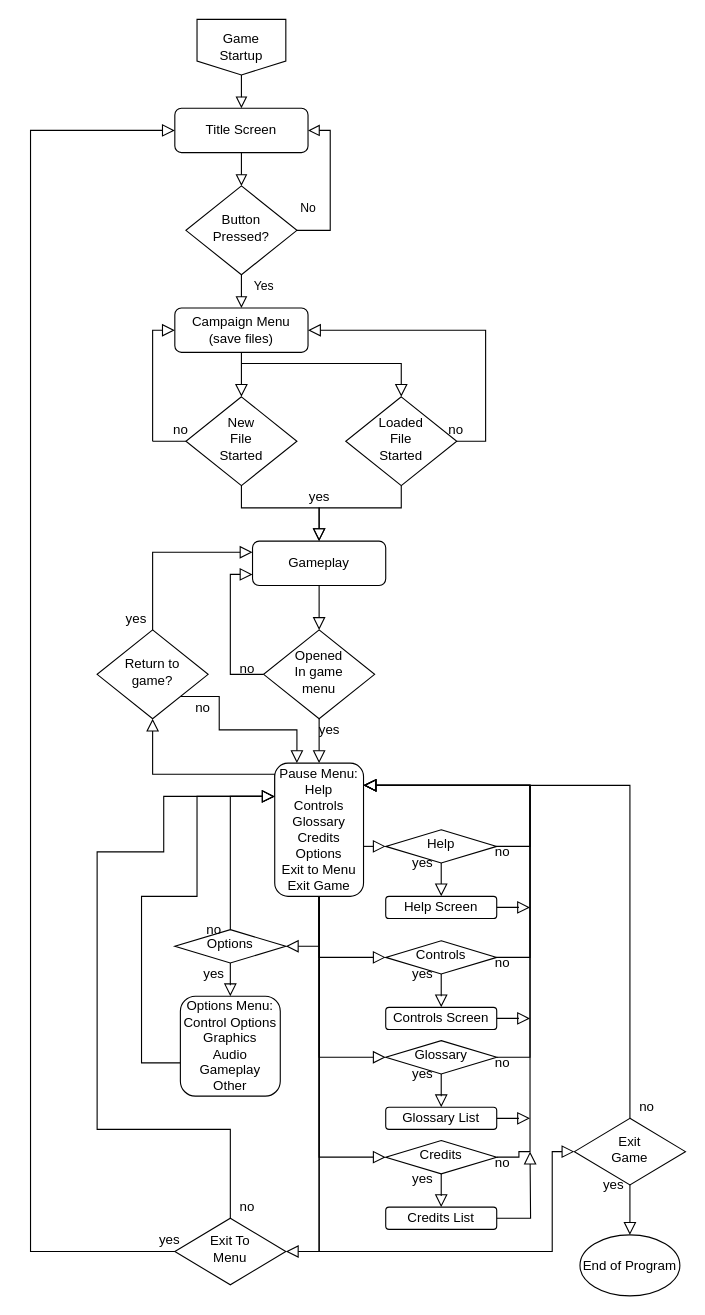
Above: ScreenFlow_Diagram.drawio in William-Fraser/William-Fraser (draw.io), before the change. Source tidied: cells renumbered, new cells numbered last; positions are measured from the earlier drawing's top-left corner, leaving out a move shared by most shapes. Both pictures are drawn from the tidied source at 111%, with x=0, y=0 at pixel (30, 19).
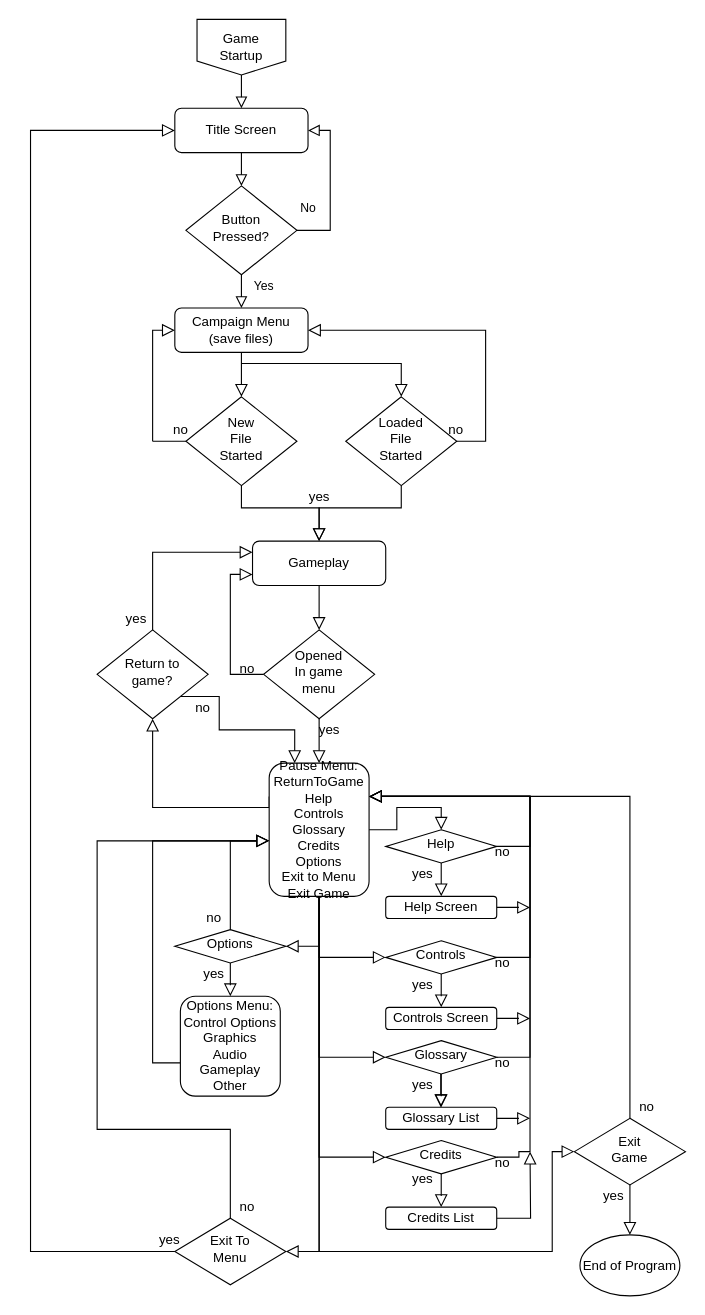
The same page after the edit.

Unchanged cells that the change refers to:
```xml
<mxCell id="37" value="Return to&lt;br&gt;game?" style="rhombus;whiteSpace=wrap;html=1;shadow=0;fontFamily=Helvetica;fontSize=12;align=center;strokeWidth=1;spacing=6;spacingTop=-4;" parent="1" vertex="1">
  <mxGeometry x="60" y="550" width="100" height="80" as="geometry" />
</mxCell>
<mxCell id="45" value="Help" style="rhombus;whiteSpace=wrap;html=1;shadow=0;fontFamily=Helvetica;fontSize=12;align=center;strokeWidth=1;spacing=6;spacingTop=-4;" parent="1" vertex="1">
  <mxGeometry x="320" y="730" width="100" height="30" as="geometry" />
</mxCell>
<mxCell id="48" value="Controls" style="rhombus;whiteSpace=wrap;html=1;shadow=0;fontFamily=Helvetica;fontSize=12;align=center;strokeWidth=1;spacing=6;spacingTop=-4;" parent="1" vertex="1">
  <mxGeometry x="320" y="830" width="100" height="30" as="geometry" />
</mxCell>
<mxCell id="51" value="Glossary" style="rhombus;whiteSpace=wrap;html=1;shadow=0;fontFamily=Helvetica;fontSize=12;align=center;strokeWidth=1;spacing=6;spacingTop=-4;" parent="1" vertex="1">
  <mxGeometry x="320" y="920" width="100" height="30" as="geometry" />
</mxCell>
<mxCell id="54" value="Options" style="rhombus;whiteSpace=wrap;html=1;shadow=0;fontFamily=Helvetica;fontSize=12;align=center;strokeWidth=1;spacing=6;spacingTop=-4;" parent="1" vertex="1">
  <mxGeometry x="130" y="820" width="100" height="30" as="geometry" />
</mxCell>
<mxCell id="57" value="Exit&lt;br&gt;Game" style="rhombus;whiteSpace=wrap;html=1;shadow=0;fontFamily=Helvetica;fontSize=12;align=center;strokeWidth=1;spacing=6;spacingTop=-4;" parent="1" vertex="1">
  <mxGeometry x="490" y="990" width="100" height="60" as="geometry" />
</mxCell>
<mxCell id="60" value="Exit To&lt;br&gt;Menu" style="rhombus;whiteSpace=wrap;html=1;shadow=0;fontFamily=Helvetica;fontSize=12;align=center;strokeWidth=1;spacing=6;spacingTop=-4;" parent="1" vertex="1">
  <mxGeometry x="130" y="1080" width="100" height="60" as="geometry" />
</mxCell>
<mxCell id="63" value="Credits" style="rhombus;whiteSpace=wrap;html=1;shadow=0;fontFamily=Helvetica;fontSize=12;align=center;strokeWidth=1;spacing=6;spacingTop=-4;" parent="1" vertex="1">
  <mxGeometry x="320" y="1010" width="100" height="30" as="geometry" />
</mxCell>
<mxCell id="84" value="Options Menu:&lt;br&gt;Control Options&lt;br&gt;Graphics&lt;br&gt;Audio&lt;br&gt;Gameplay&lt;br&gt;Other" style="rounded=1;whiteSpace=wrap;html=1;fontSize=12;glass=0;strokeWidth=1;shadow=0;" parent="1" vertex="1">
  <mxGeometry x="135" y="880" width="90" height="90" as="geometry" />
</mxCell>
```

What changed in the source:
```diff
@@
     <mxCell id="26" style="edgeStyle=orthogonalEdgeStyle;rounded=0;jettySize=auto;html=1;entryX=0.5;entryY=1;entryDx=0;entryDy=0;endArrow=block;endFill=0;endSize=9;exitX=0;exitY=0.25;exitDx=0;exitDy=0;" parent="1" edge="1" source="34" target="37">
       <mxGeometry relative="1" as="geometry">
         <Array as="points">
-          <mxPoint x="110" y="680" />
+          <mxPoint x="110" y="710" />
         </Array>
       </mxGeometry>
     </mxCell>
@@
-    <mxCell id="28" style="edgeStyle=orthogonalEdgeStyle;rounded=0;jettySize=auto;html=1;endArrow=block;endFill=0;endSize=9;entryX=0;entryY=0.5;entryDx=0;entryDy=0;" parent="1" edge="1" source="34" target="45">
+    <mxCell id="28" style="edgeStyle=orthogonalEdgeStyle;rounded=0;jettySize=auto;html=1;endArrow=block;endFill=0;endSize=9;entryX=0.5;entryY=0;entryDx=0;entryDy=0;exitX=1;exitY=0.5;exitDx=0;exitDy=0;" parent="1" edge="1" source="34" target="45">
       <mxGeometry relative="1" as="geometry">
         <Array as="points">
-          <mxPoint x="300" y="745" />
-          <mxPoint x="300" y="745" />
+          <mxPoint x="330" y="730" />
+          <mxPoint x="330" y="710" />
+          <mxPoint x="370" y="710" />
         </Array>
       </mxGeometry>
     </mxCell>
@@
-    <mxCell id="34" value="Pause Menu:&lt;br&gt;Help&lt;br&gt;Controls&lt;br&gt;Glossary&lt;br&gt;Credits&lt;br&gt;Options&lt;br&gt;Exit to Menu&lt;br&gt;Exit Game" style="rounded=1;whiteSpace=wrap;html=1;fontSize=12;glass=0;strokeWidth=1;shadow=0;" parent="1" vertex="1">
-      <mxGeometry x="220" y="670" width="80" height="120" as="geometry" />
+    <mxCell id="34" value="Pause Menu:&lt;br&gt;ReturnToGame&lt;br&gt;Help&lt;br&gt;Controls&lt;br&gt;Glossary&lt;br&gt;Credits&lt;br&gt;Options&lt;br&gt;Exit to Menu&lt;br&gt;Exit Game" style="rounded=1;whiteSpace=wrap;html=1;fontSize=12;glass=0;strokeWidth=1;shadow=0;" parent="1" vertex="1">
+      <mxGeometry x="215" y="670" width="90" height="120" as="geometry" />
     </mxCell>
@@
-    <mxCell id="36" style="edgeStyle=orthogonalEdgeStyle;rounded=0;jettySize=auto;html=1;endArrow=block;endFill=0;endSize=9;exitX=1;exitY=1;exitDx=0;exitDy=0;entryX=0.25;entryY=0;entryDx=0;entryDy=0;" parent="1" edge="1" source="37" target="34">
+    <mxCell id="36" style="edgeStyle=orthogonalEdgeStyle;rounded=0;jettySize=auto;html=1;endArrow=block;endFill=0;endSize=9;exitX=1;exitY=1;exitDx=0;exitDy=0;" parent="1" edge="1" source="37">
       <mxGeometry relative="1" as="geometry">
+        <mxPoint x="238" y="670" as="targetPoint" />
         <Array as="points">
           <mxPoint x="170" y="610" />
           <mxPoint x="170" y="640" />
-          <mxPoint x="240" y="640" />
+          <mxPoint x="238" y="640" />
         </Array>
       </mxGeometry>
     </mxCell>
@@
-    <mxCell id="44" style="edgeStyle=orthogonalEdgeStyle;rounded=0;jettySize=auto;html=1;endArrow=block;endFill=0;endSize=9;exitX=1;exitY=0.5;exitDx=0;exitDy=0;" parent="1" edge="1" source="45">
+    <mxCell id="44" style="edgeStyle=orthogonalEdgeStyle;rounded=0;jettySize=auto;html=1;endArrow=block;endFill=0;endSize=9;exitX=1;exitY=0.5;exitDx=0;exitDy=0;entryX=1;entryY=0.25;entryDx=0;entryDy=0;" parent="1" edge="1" source="45" target="34">
       <mxGeometry relative="1" as="geometry">
-        <mxPoint x="300" y="690" as="targetPoint" />
         <Array as="points">
           <mxPoint x="450" y="745" />
-          <mxPoint x="450" y="690" />
+          <mxPoint x="450" y="700" />
         </Array>
       </mxGeometry>
     </mxCell>
@@
-    <mxCell id="47" style="edgeStyle=orthogonalEdgeStyle;rounded=0;jettySize=auto;html=1;endArrow=block;endFill=0;endSize=9;" parent="1" edge="1" source="48">
+    <mxCell id="47" style="edgeStyle=orthogonalEdgeStyle;rounded=0;jettySize=auto;html=1;endArrow=block;endFill=0;endSize=9;entryX=1;entryY=0.25;entryDx=0;entryDy=0;" parent="1" edge="1" source="48" target="34">
       <mxGeometry relative="1" as="geometry">
-        <mxPoint x="300" y="690" as="targetPoint" />
         <Array as="points">
           <mxPoint x="450" y="845" />
-          <mxPoint x="450" y="690" />
+          <mxPoint x="450" y="700" />
         </Array>
       </mxGeometry>
     </mxCell>
@@
-    <mxCell id="50" style="edgeStyle=orthogonalEdgeStyle;rounded=0;jettySize=auto;html=1;endArrow=block;endFill=0;endSize=9;" parent="1" edge="1" source="51">
+    <mxCell id="50" style="edgeStyle=orthogonalEdgeStyle;rounded=0;jettySize=auto;html=1;endArrow=block;endFill=0;endSize=9;entryX=1;entryY=0.25;entryDx=0;entryDy=0;" parent="1" edge="1" source="51" target="34">
       <mxGeometry relative="1" as="geometry">
-        <mxPoint x="300" y="690" as="targetPoint" />
         <Array as="points">
           <mxPoint x="450" y="935" />
-          <mxPoint x="450" y="690" />
+          <mxPoint x="450" y="700" />
         </Array>
       </mxGeometry>
     </mxCell>
@@
-    <mxCell id="53" style="edgeStyle=orthogonalEdgeStyle;rounded=0;jettySize=auto;html=1;endArrow=block;endFill=0;endSize=9;" parent="1" edge="1" source="54">
+    <mxCell id="53" style="edgeStyle=orthogonalEdgeStyle;rounded=0;jettySize=auto;html=1;endArrow=block;endFill=0;endSize=9;" parent="1" edge="1" source="54" target="34">
       <mxGeometry relative="1" as="geometry">
-        <mxPoint x="220" y="700" as="targetPoint" />
         <Array as="points">
-          <mxPoint x="180" y="700" />
-          <mxPoint x="200" y="700" />
+          <mxPoint x="180" y="740" />
         </Array>
       </mxGeometry>
     </mxCell>
@@
-    <mxCell id="56" style="edgeStyle=orthogonalEdgeStyle;rounded=0;jettySize=auto;html=1;endArrow=block;endFill=0;endSize=9;" parent="1" edge="1" source="57">
+    <mxCell id="56" style="edgeStyle=orthogonalEdgeStyle;rounded=0;jettySize=auto;html=1;endArrow=block;endFill=0;endSize=9;entryX=1;entryY=0.25;entryDx=0;entryDy=0;" parent="1" edge="1" source="57" target="34">
       <mxGeometry relative="1" as="geometry">
-        <mxPoint x="300" y="690" as="targetPoint" />
         <Array as="points">
-          <mxPoint x="540" y="690" />
+          <mxPoint x="540" y="700" />
         </Array>
       </mxGeometry>
     </mxCell>
@@
     <mxCell id="59" style="edgeStyle=orthogonalEdgeStyle;rounded=0;jettySize=auto;html=1;endArrow=block;endFill=0;endSize=9;" parent="1" edge="1" source="60">
       <mxGeometry relative="1" as="geometry">
-        <mxPoint x="220" y="700" as="targetPoint" />
+        <mxPoint x="215" y="740" as="targetPoint" />
         <Array as="points">
           <mxPoint x="180" y="1000" />
           <mxPoint x="60" y="1000" />
-          <mxPoint x="60" y="750" />
-          <mxPoint x="120" y="750" />
-          <mxPoint x="120" y="700" />
+          <mxPoint x="60" y="740" />
         </Array>
       </mxGeometry>
     </mxCell>
@@
-    <mxCell id="62" style="edgeStyle=orthogonalEdgeStyle;rounded=0;jettySize=auto;html=1;endArrow=block;endFill=0;endSize=9;exitX=1;exitY=0.5;exitDx=0;exitDy=0;" parent="1" edge="1" source="63">
+    <mxCell id="62" style="edgeStyle=orthogonalEdgeStyle;rounded=0;jettySize=auto;html=1;endArrow=block;endFill=0;endSize=9;exitX=1;exitY=0.5;exitDx=0;exitDy=0;entryX=1;entryY=0.25;entryDx=0;entryDy=0;" parent="1" edge="1" source="63" target="34">
       <mxGeometry relative="1" as="geometry">
-        <mxPoint x="300" y="690" as="targetPoint" />
         <Array as="points">
           <mxPoint x="440" y="1025" />
           <mxPoint x="440" y="1020" />
           <mxPoint x="450" y="1020" />
-          <mxPoint x="450" y="690" />
+          <mxPoint x="450" y="700" />
         </Array>
       </mxGeometry>
     </mxCell>
@@
     <mxCell id="72" value="yes" style="text;html=1;align=center;verticalAlign=middle;fillColor=none;strokeColor=none;rounded=0;" parent="1" vertex="1">
-      <mxGeometry x="338" y="750" width="30" height="20" as="geometry" />
+      <mxGeometry x="338" y="760" width="30" height="20" as="geometry" />
     </mxCell>
     <mxCell id="73" value="yes" style="text;html=1;align=center;verticalAlign=middle;fillColor=none;strokeColor=none;rounded=0;" parent="1" vertex="1">
-      <mxGeometry x="338" y="850" width="30" height="20" as="geometry" />
+      <mxGeometry x="338" y="860" width="30" height="20" as="geometry" />
     </mxCell>
     <mxCell id="74" value="yes" style="text;html=1;align=center;verticalAlign=middle;fillColor=none;strokeColor=none;rounded=0;" parent="1" vertex="1">
-      <mxGeometry x="338" y="940" width="30" height="20" as="geometry" />
+      <mxGeometry x="338" y="950" width="30" height="20" as="geometry" />
     </mxCell>
@@
     <mxCell id="81" value="yes" style="text;html=1;align=center;verticalAlign=middle;fillColor=none;strokeColor=none;rounded=0;" parent="1" vertex="1">
-      <mxGeometry x="510" y="1040" width="30" height="20" as="geometry" />
+      <mxGeometry x="510" y="1050" width="30" height="20" as="geometry" />
     </mxCell>
@@
     <mxCell id="83" style="edgeStyle=orthogonalEdgeStyle;rounded=0;jettySize=auto;html=1;endArrow=block;endFill=0;endSize=9;" parent="1" edge="1" source="84">
       <mxGeometry relative="1" as="geometry">
-        <mxPoint x="220" y="700" as="targetPoint" />
+        <mxPoint x="215" y="740" as="targetPoint" />
         <Array as="points">
-          <mxPoint x="100" y="940" />
-          <mxPoint x="100" y="790" />
-          <mxPoint x="150" y="790" />
-          <mxPoint x="150" y="700" />
+          <mxPoint x="110" y="940" />
+          <mxPoint x="110" y="740" />
         </Array>
       </mxGeometry>
     </mxCell>
@@
     <mxCell id="86" value="no" style="text;html=1;align=center;verticalAlign=middle;fillColor=none;strokeColor=none;rounded=0;" parent="1" vertex="1">
-      <mxGeometry x="150" y="810" width="30" height="20" as="geometry" />
+      <mxGeometry x="150" y="800" width="30" height="20" as="geometry" />
     </mxCell>
@@
+    <mxCell id="89" style="edgeStyle=orthogonalEdgeStyle;rounded=0;orthogonalLoop=1;jettySize=auto;html=1;entryX=0.5;entryY=0;entryDx=0;entryDy=0;endArrow=block;endFill=0;endSize=9;" parent="1" edge="1">
+      <mxGeometry relative="1" as="geometry">
+        <mxPoint x="369.6" y="950" as="sourcePoint" />
+        <mxPoint x="369.6" y="980" as="targetPoint" />
+      </mxGeometry>
+    </mxCell>
```
